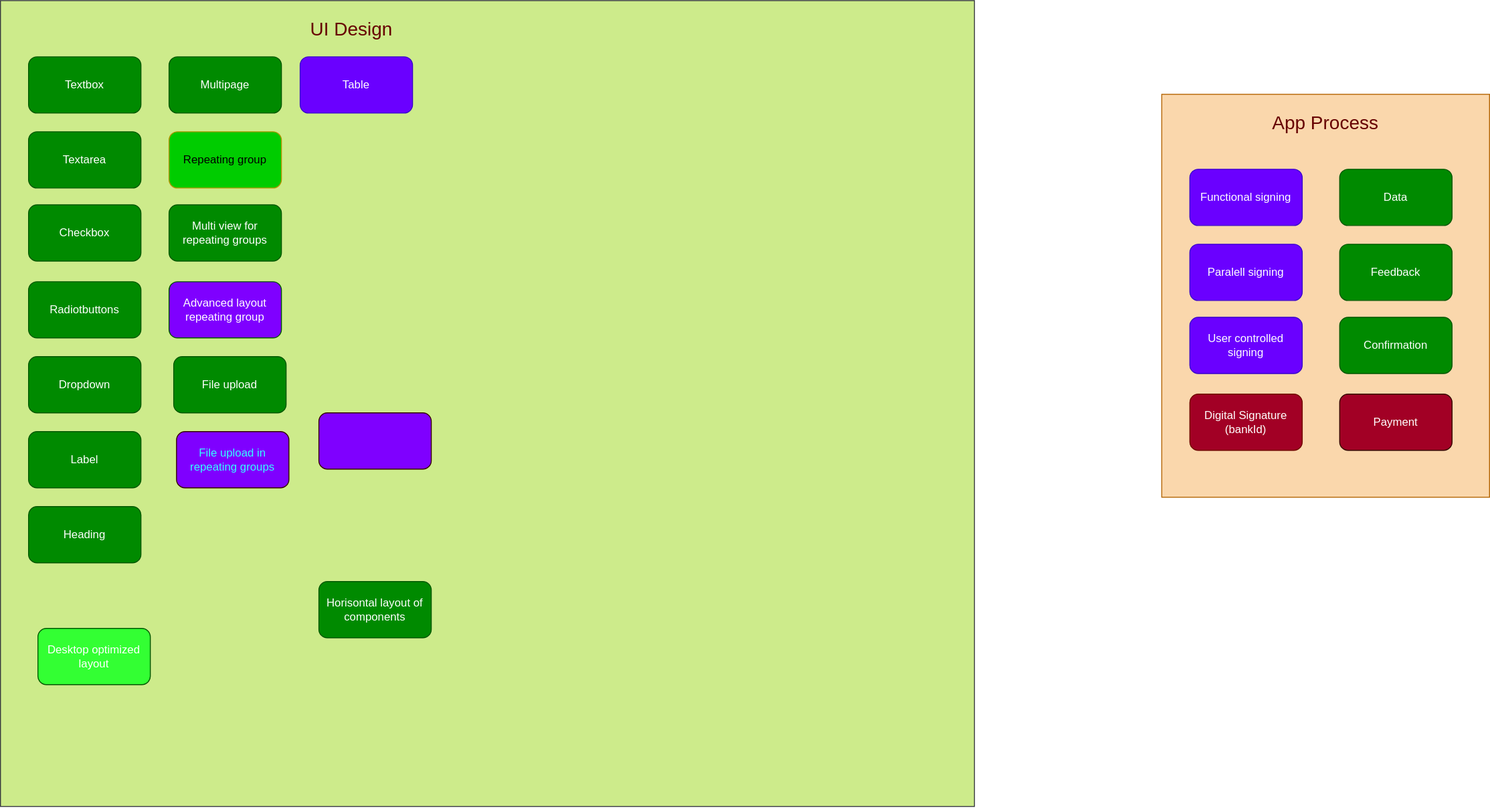
Above: content/community/roadmap/productfeatures.drawio.svg in Altinn/altinn-studio-docs (draw.io), before the change. Source tidied: cells renumbered, new cells last; positions are measured from the earlier drawing's top-left corner, leaving out a move shared by most shapes.
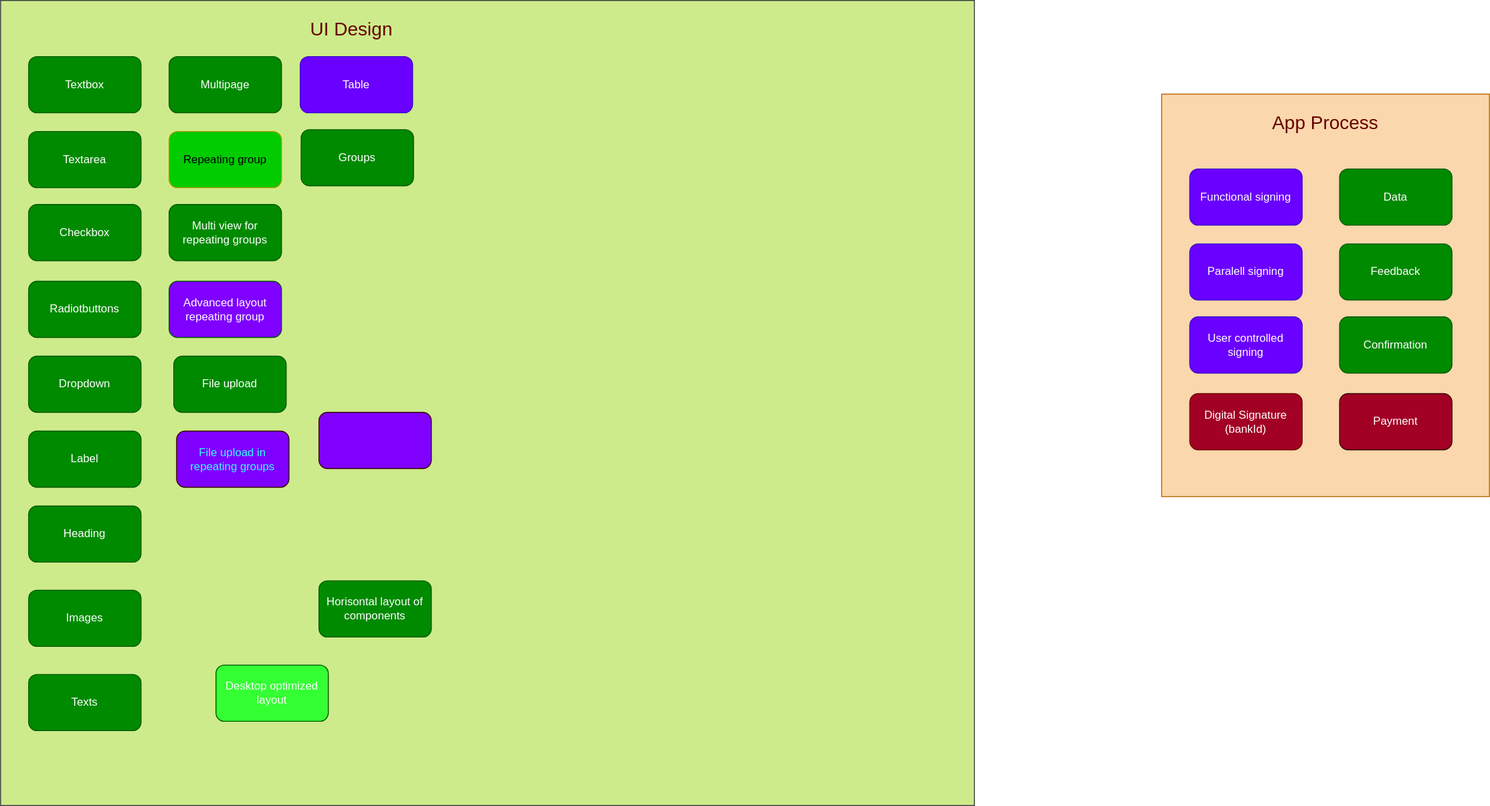
After the change.

The edit, as a diff of the source:
```diff
@@ -84,10 +84,19 @@
       <mxGeometry x="340" y="620" width="120" height="60" as="geometry" />
     </mxCell>
     <mxCell id="29" value="Desktop optimized layout" style="rounded=1;whiteSpace=wrap;html=1;strokeColor=#005700;fontColor=#ffffff;fillColor=#33FF33;" parent="1" vertex="1">
-      <mxGeometry x="40" y="670" width="120" height="60" as="geometry" />
+      <mxGeometry x="230" y="710" width="120" height="60" as="geometry" />
     </mxCell>
     <mxCell id="30" value="UI Design" style="text;html=1;align=center;verticalAlign=middle;whiteSpace=wrap;rounded=0;strokeWidth=5;fontSize=20;fontColor=#660000;" parent="1" vertex="1">
       <mxGeometry x="280" y="10" width="190" height="40" as="geometry" />
     </mxCell>
+    <mxCell id="31" value="Images" style="rounded=1;whiteSpace=wrap;html=1;fillColor=#008a00;strokeColor=#005700;fontColor=#ffffff;" parent="1" vertex="1">
+      <mxGeometry x="30" y="630" width="120" height="60" as="geometry" />
+    </mxCell>
+    <mxCell id="32" value="Texts" style="rounded=1;whiteSpace=wrap;html=1;fillColor=#008a00;strokeColor=#005700;fontColor=#ffffff;" parent="1" vertex="1">
+      <mxGeometry x="30" y="720" width="120" height="60" as="geometry" />
+    </mxCell>
+    <mxCell id="33" value="Groups" style="rounded=1;whiteSpace=wrap;html=1;fontSize=12;fontColor=#ffffff;strokeColor=#005700;strokeWidth=1;fillColor=#008a00;" parent="1" vertex="1">
+      <mxGeometry x="321" y="138" width="120" height="60" as="geometry" />
+    </mxCell>
   </root>
 </mxGraphModel>
```
